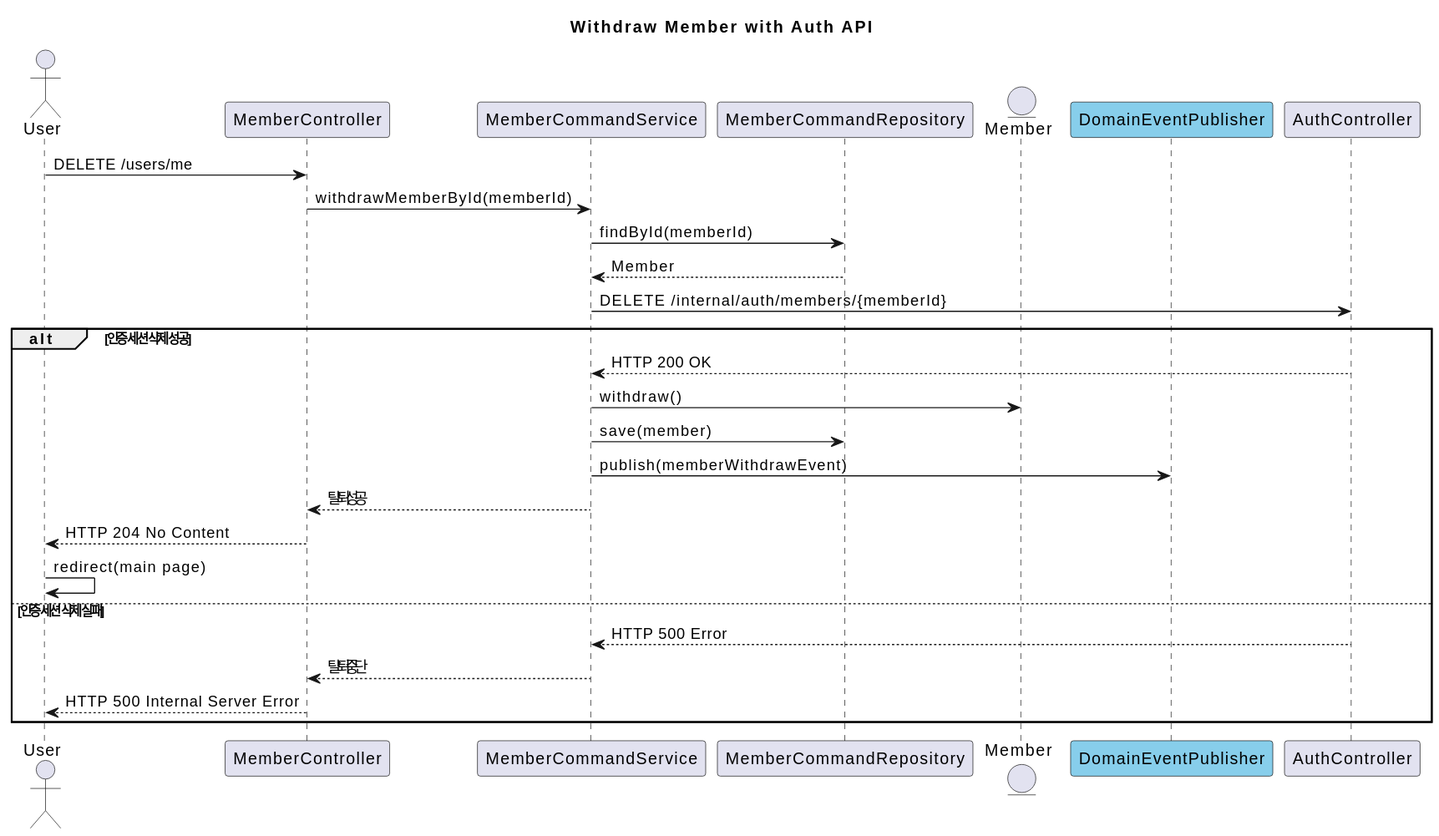
Above: document/puml/event/externalAPI/memberContext/memberAggregate/withdrawMember.svg in SimpleBoardTeam/server-hyunchang (PlantUML), before the change. Its diagram source:
```plantuml
@startuml
title Withdraw Member with Auth API

actor User
participant MemberController
participant MemberCommandService
participant MemberCommandRepository
entity Member
participant DomainEventPublisher #skyblue
participant AuthController

User -> MemberController : DELETE /users/me
MemberController -> MemberCommandService : withdrawMemberById(memberId)

MemberCommandService -> MemberCommandRepository : findById(memberId)
MemberCommandRepository --> MemberCommandService : Member

MemberCommandService -> AuthController : DELETE /internal/auth/members/{memberId}

alt 인증 세션 삭제 성공
AuthController --> MemberCommandService : HTTP 200 OK
MemberCommandService -> Member : withdraw()
MemberCommandService -> MemberCommandRepository : save(member)
MemberCommandService -> DomainEventPublisher : publish(memberWithdrawEvent)
MemberCommandService --> MemberController : 탈퇴 성공

MemberController --> User : HTTP 204 No Content
User -> User : redirect(main page)

else 인증 세션 삭제 실패
AuthController --> MemberCommandService : HTTP 500 Error
MemberCommandService --> MemberController : 탈퇴 중단
MemberController --> User : HTTP 500 Internal Server Error

end
@enduml
```
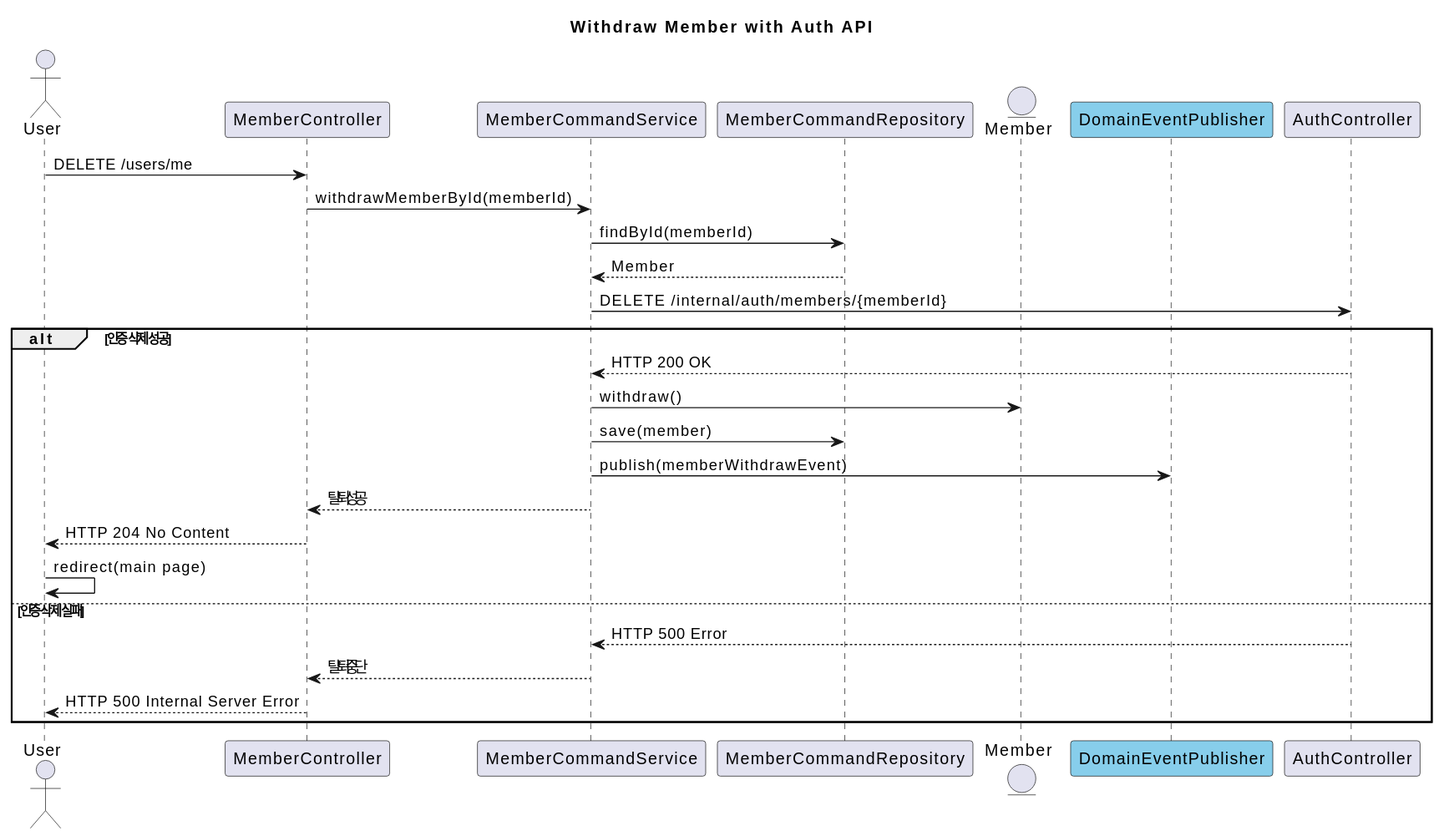
Later version of the same file.

What changed in the source:
```diff
@@ -17,7 +17,7 @@
 
 MemberCommandService -> AuthController : DELETE /internal/auth/members/{memberId}
 
-alt 인증 세션 삭제 성공
+alt 인증 삭제 성공
 AuthController --> MemberCommandService : HTTP 200 OK
 MemberCommandService -> Member : withdraw()
 MemberCommandService -> MemberCommandRepository : save(member)
@@ -27,7 +27,7 @@
 MemberController --> User : HTTP 204 No Content
 User -> User : redirect(main page)
 
-else 인증 세션 삭제 실패
+else 인증 삭제 실패
 AuthController --> MemberCommandService : HTTP 500 Error
 MemberCommandService --> MemberController : 탈퇴 중단
 MemberController --> User : HTTP 500 Internal Server Error
```
